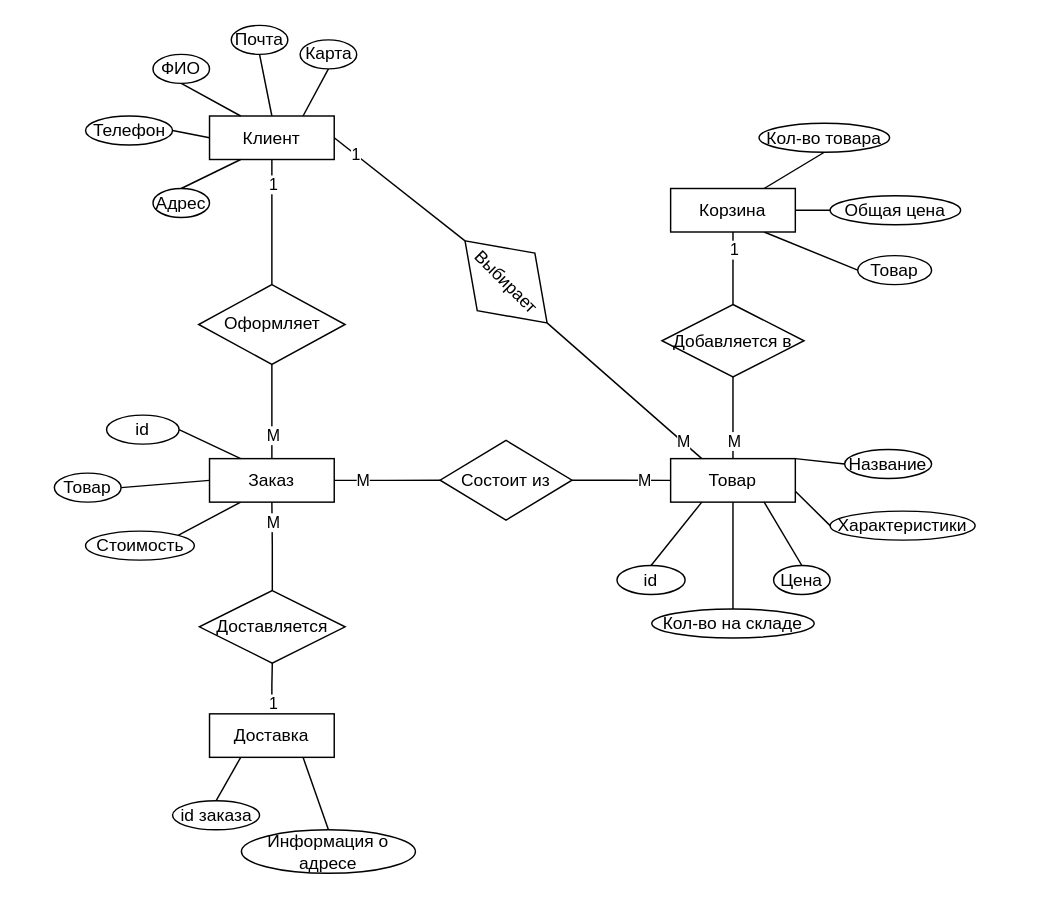
This is page "Концептуальная модель" (7 of 8) of Все диаграммы.drawio from AnnaOtchina/AnnaKyrsach, a draw.io file, before an edit. Source tidied: cells renumbered, new cells numbered last; positions are measured from the earlier drawing's top-left corner, leaving out a move shared by most shapes. Both pictures are drawn from the tidied source at 145%, with x=0, y=0 at pixel (54, 25).
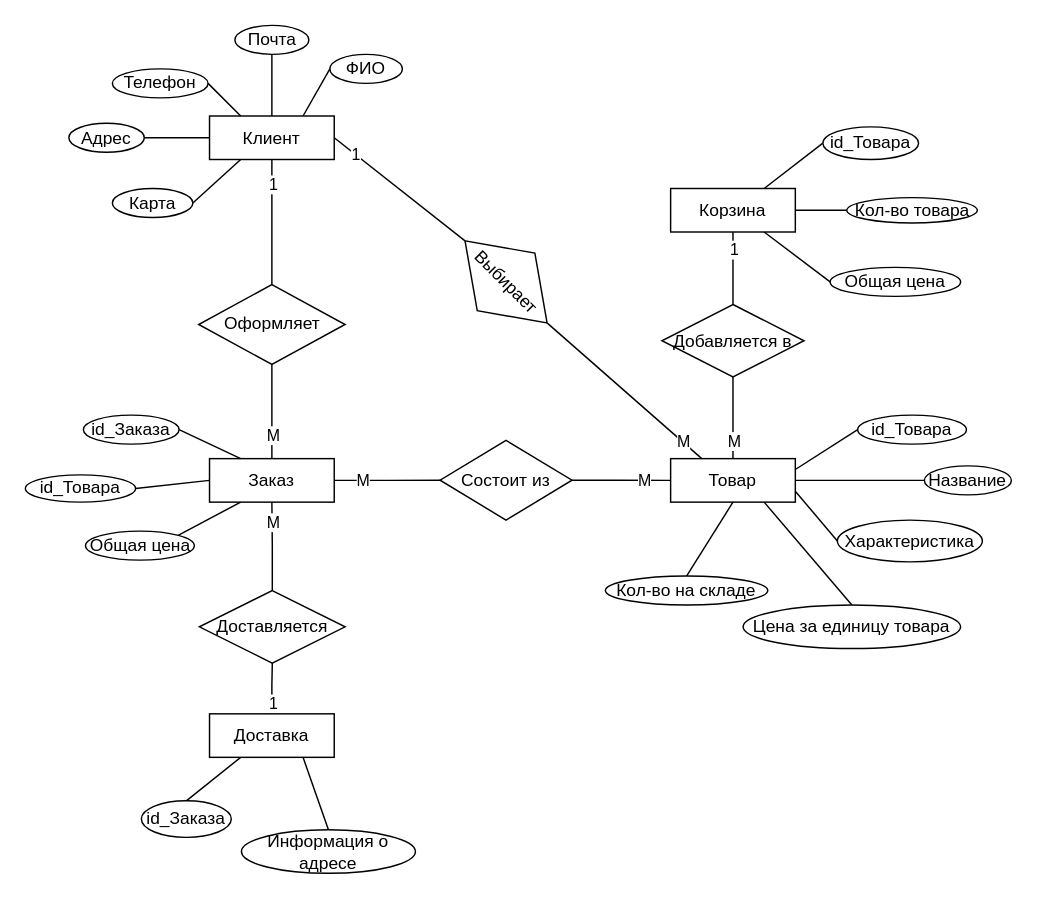
The same page after the edit.

The change refers to these unchanged cells:
```xml
<mxCell id="6" value="Клиент" style="rounded=0;whiteSpace=wrap;html=1;" parent="1" vertex="1">
  <mxGeometry x="107" y="62.5" width="86" height="30" as="geometry" />
</mxCell>
<mxCell id="17" value="Корзина" style="rounded=0;whiteSpace=wrap;html=1;" parent="1" vertex="1">
  <mxGeometry x="425" y="112.5" width="86" height="30" as="geometry" />
</mxCell>
<mxCell id="26" value="Товар" style="rounded=0;whiteSpace=wrap;html=1;" parent="1" vertex="1">
  <mxGeometry x="425" y="298.8" width="86" height="30" as="geometry" />
</mxCell>
```

The edit, as a diff of the source:
```diff
@@
-    <mxCell id="14" style="rounded=0;jettySize=auto;html=1;exitX=0.75;exitY=1;exitDx=0;exitDy=0;entryX=0;entryY=0.5;entryDx=0;entryDy=0;endArrow=none;endFill=0;" parent="1" edge="1" source="17" target="60">
+    <mxCell id="14" style="rounded=0;jettySize=auto;html=1;exitX=0.75;exitY=0;exitDx=0;exitDy=0;entryX=0;entryY=0.5;entryDx=0;entryDy=0;endArrow=none;endFill=0;" parent="1" edge="1" source="17" target="60">
       <mxGeometry relative="1" as="geometry" />
     </mxCell>
+    <mxCell id="16" style="rounded=0;jettySize=auto;html=1;exitX=1;exitY=0.5;exitDx=0;exitDy=0;entryX=0;entryY=0.5;entryDx=0;entryDy=0;endArrow=none;endFill=0;" parent="1" edge="1" source="17" target="62">
+      <mxGeometry relative="1" as="geometry" />
+    </mxCell>
-    <mxCell id="15" style="rounded=0;jettySize=auto;html=1;exitX=1;exitY=0.5;exitDx=0;exitDy=0;entryX=0;entryY=0.5;entryDx=0;entryDy=0;endArrow=none;endFill=0;" parent="1" edge="1" source="17" target="61">
+    <mxCell id="15" style="rounded=0;jettySize=auto;html=1;exitX=0.75;exitY=1;exitDx=0;exitDy=0;entryX=0;entryY=0.5;entryDx=0;entryDy=0;endArrow=none;endFill=0;" parent="1" edge="1" source="17" target="61">
       <mxGeometry relative="1" as="geometry" />
     </mxCell>
-    <mxCell id="16" style="rounded=0;jettySize=auto;html=1;exitX=0.75;exitY=0;exitDx=0;exitDy=0;entryX=0.5;entryY=1;entryDx=0;entryDy=0;endArrow=none;endFill=0;" parent="1" edge="1" source="17" target="62">
-      <mxGeometry relative="1" as="geometry" />
-    </mxCell>
@@
-    <mxCell id="23" style="edgeStyle=orthogonalEdgeStyle;rounded=0;jettySize=auto;html=1;exitX=0.5;exitY=1;exitDx=0;exitDy=0;entryX=0.5;entryY=0;entryDx=0;entryDy=0;endArrow=none;endFill=0;" parent="1" edge="1" source="26" target="57">
-      <mxGeometry relative="1" as="geometry" />
-    </mxCell>
-    <mxCell id="24" style="rounded=0;jettySize=auto;html=1;exitX=1;exitY=0.75;exitDx=0;exitDy=0;entryX=0;entryY=0.5;entryDx=0;entryDy=0;endArrow=none;endFill=0;" parent="1" edge="1" source="26" target="56">
-      <mxGeometry relative="1" as="geometry" />
-    </mxCell>
-    <mxCell id="25" style="rounded=0;jettySize=auto;html=1;exitX=1;exitY=0;exitDx=0;exitDy=0;entryX=0;entryY=0.5;entryDx=0;entryDy=0;endArrow=none;endFill=0;" parent="1" edge="1" source="26" target="53">
-      <mxGeometry relative="1" as="geometry" />
-    </mxCell>
@@
-    <mxCell id="39" style="rounded=0;jettySize=auto;html=1;exitX=0.5;exitY=1;exitDx=0;exitDy=0;entryX=0.25;entryY=0;entryDx=0;entryDy=0;endArrow=none;endFill=0;" parent="1" edge="1" source="40" target="6">
+    <mxCell id="39" style="rounded=0;jettySize=auto;html=1;exitX=0;exitY=0.5;exitDx=0;exitDy=0;entryX=0.75;entryY=0;entryDx=0;entryDy=0;endArrow=none;endFill=0;" parent="1" edge="1" source="40" target="6">
       <mxGeometry relative="1" as="geometry" />
     </mxCell>
     <mxCell id="40" value="ФИО" style="ellipse;whiteSpace=wrap;html=1;" parent="1" vertex="1">
-      <mxGeometry x="68" y="20" width="39" height="20" as="geometry" />
+      <mxGeometry x="190" y="20" width="50" height="20" as="geometry" />
     </mxCell>
+    <mxCell id="42" style="rounded=0;jettySize=auto;html=1;exitX=1;exitY=0.5;exitDx=0;exitDy=0;entryX=0.25;entryY=0;entryDx=0;entryDy=0;endArrow=none;endFill=0;" parent="1" edge="1" source="41" target="6">
+      <mxGeometry relative="1" as="geometry" />
+    </mxCell>
     <mxCell id="41" value="Телефон" style="ellipse;whiteSpace=wrap;html=1;" parent="1" vertex="1">
-      <mxGeometry x="21.5" y="62.5" width="60" height="20" as="geometry" />
+      <mxGeometry x="40" y="30" width="66" height="20" as="geometry" />
     </mxCell>
-    <mxCell id="42" style="rounded=0;jettySize=auto;html=1;exitX=1;exitY=0.5;exitDx=0;exitDy=0;entryX=0;entryY=0.5;entryDx=0;entryDy=0;endArrow=none;endFill=0;" parent="1" edge="1" source="41" target="6">
-      <mxGeometry relative="1" as="geometry" />
-    </mxCell>
@@
     <mxCell id="44" value="Почта" style="ellipse;whiteSpace=wrap;html=1;" parent="1" vertex="1">
-      <mxGeometry x="122" width="39" height="20" as="geometry" />
+      <mxGeometry x="124.5" width="51" height="20" as="geometry" />
     </mxCell>
-    <mxCell id="45" style="rounded=0;jettySize=auto;html=1;exitX=0.5;exitY=0;exitDx=0;exitDy=0;entryX=0.25;entryY=1;entryDx=0;entryDy=0;endArrow=none;endFill=0;" parent="1" edge="1" source="46" target="6">
+    <mxCell id="45" style="rounded=0;jettySize=auto;html=1;exitX=1;exitY=0.5;exitDx=0;exitDy=0;entryX=0;entryY=0.5;entryDx=0;entryDy=0;endArrow=none;endFill=0;" parent="1" edge="1" source="46" target="6">
       <mxGeometry relative="1" as="geometry" />
     </mxCell>
     <mxCell id="46" value="Адрес" style="ellipse;whiteSpace=wrap;html=1;" parent="1" vertex="1">
-      <mxGeometry x="68" y="112.5" width="39" height="20" as="geometry" />
+      <mxGeometry x="10" y="67.5" width="52" height="20" as="geometry" />
     </mxCell>
-    <mxCell id="47" style="rounded=0;jettySize=auto;html=1;exitX=0.5;exitY=1;exitDx=0;exitDy=0;entryX=0.75;entryY=0;entryDx=0;entryDy=0;endArrow=none;endFill=0;" parent="1" edge="1" source="48" target="6">
+    <mxCell id="47" style="rounded=0;jettySize=auto;html=1;exitX=1;exitY=0.5;exitDx=0;exitDy=0;entryX=0.25;entryY=1;entryDx=0;entryDy=0;endArrow=none;endFill=0;" parent="1" edge="1" source="48" target="6">
       <mxGeometry relative="1" as="geometry" />
     </mxCell>
     <mxCell id="48" value="Карта" style="ellipse;whiteSpace=wrap;html=1;" parent="1" vertex="1">
-      <mxGeometry x="169.5" y="10" width="39" height="20" as="geometry" />
+      <mxGeometry x="40" y="112.5" width="55.5" height="20" as="geometry" />
     </mxCell>
@@
-    <mxCell id="50" value="id" style="ellipse;whiteSpace=wrap;html=1;" parent="1" vertex="1">
-      <mxGeometry x="36" y="268.8" width="50" height="20" as="geometry" />
+    <mxCell id="50" value="id_Заказа" style="ellipse;whiteSpace=wrap;html=1;" parent="1" vertex="1">
+      <mxGeometry x="20" y="268.8" width="66" height="20" as="geometry" />
     </mxCell>
-    <mxCell id="51" style="rounded=0;jettySize=auto;html=1;exitX=0.5;exitY=0;exitDx=0;exitDy=0;entryX=0.25;entryY=1;entryDx=0;entryDy=0;endArrow=none;endFill=0;" parent="1" edge="1" source="52" target="26">
+    <mxCell id="51" style="rounded=0;jettySize=auto;html=1;exitX=0;exitY=0.5;exitDx=0;exitDy=0;entryX=1;entryY=0.25;entryDx=0;entryDy=0;endArrow=none;endFill=0;" parent="1" edge="1" source="52" target="26">
       <mxGeometry relative="1" as="geometry" />
     </mxCell>
-    <mxCell id="52" value="id" style="ellipse;whiteSpace=wrap;html=1;" parent="1" vertex="1">
-      <mxGeometry x="388" y="372.5" width="47" height="20" as="geometry" />
+    <mxCell id="52" value="id_Товара" style="ellipse;whiteSpace=wrap;html=1;" parent="1" vertex="1">
+      <mxGeometry x="554" y="268.8" width="75" height="20" as="geometry" />
     </mxCell>
+    <mxCell id="68" style="rounded=0;jettySize=auto;html=1;exitX=0;exitY=0.5;exitDx=0;exitDy=0;entryX=1;entryY=0.5;entryDx=0;entryDy=0;endArrow=none;endFill=0;" parent="1" edge="1" source="53" target="26">
+      <mxGeometry relative="1" as="geometry" />
+    </mxCell>
     <mxCell id="53" value="Название" style="ellipse;whiteSpace=wrap;html=1;" parent="1" vertex="1">
-      <mxGeometry x="545" y="292.5" width="60" height="20" as="geometry" />
+      <mxGeometry x="600" y="303.8" width="60" height="20" as="geometry" />
     </mxCell>
@@
-    <mxCell id="55" value="Цена" style="ellipse;whiteSpace=wrap;html=1;" parent="1" vertex="1">
-      <mxGeometry x="496" y="372.5" width="39" height="20" as="geometry" />
+    <mxCell id="55" value="Цена за единицу товара" style="ellipse;whiteSpace=wrap;html=1;" parent="1" vertex="1">
+      <mxGeometry x="475" y="399.8" width="150" height="30" as="geometry" />
     </mxCell>
+    <mxCell id="69" style="rounded=0;jettySize=auto;html=1;exitX=0;exitY=0.5;exitDx=0;exitDy=0;entryX=1;entryY=0.75;entryDx=0;entryDy=0;endArrow=none;endFill=0;" parent="1" edge="1" source="56" target="26">
+      <mxGeometry relative="1" as="geometry" />
+    </mxCell>
-    <mxCell id="56" value="Характеристики" style="ellipse;whiteSpace=wrap;html=1;" parent="1" vertex="1">
-      <mxGeometry x="535" y="335" width="100" height="20" as="geometry" />
+    <mxCell id="56" value="Характеристика" style="ellipse;whiteSpace=wrap;html=1;" parent="1" vertex="1">
+      <mxGeometry x="540" y="341.2" width="100" height="28.8" as="geometry" />
     </mxCell>
+    <mxCell id="70" style="rounded=0;jettySize=auto;html=1;exitX=0.5;exitY=0;exitDx=0;exitDy=0;entryX=0.5;entryY=1;entryDx=0;entryDy=0;endArrow=none;endFill=0;" parent="1" edge="1" source="57" target="26">
+      <mxGeometry relative="1" as="geometry" />
+    </mxCell>
     <mxCell id="57" value="Кол-во на складе" style="ellipse;whiteSpace=wrap;html=1;" parent="1" vertex="1">
-      <mxGeometry x="412" y="402.5" width="112" height="20" as="geometry" />
+      <mxGeometry x="380" y="379.8" width="112" height="20" as="geometry" />
     </mxCell>
-    <mxCell id="58" value="id заказа" style="ellipse;whiteSpace=wrap;html=1;" parent="1" vertex="1">
-      <mxGeometry x="81.5" y="534.8" width="60" height="20" as="geometry" />
+    <mxCell id="58" value="id_Заказа" style="ellipse;whiteSpace=wrap;html=1;" parent="1" vertex="1">
+      <mxGeometry x="60" y="534.8" width="62" height="25.2" as="geometry" />
     </mxCell>
@@
-    <mxCell id="60" value="Товар" style="ellipse;whiteSpace=wrap;html=1;" parent="1" vertex="1">
-      <mxGeometry x="554" y="158.8" width="51" height="20" as="geometry" />
+    <mxCell id="60" value="id_Товара" style="ellipse;whiteSpace=wrap;html=1;" parent="1" vertex="1">
+      <mxGeometry x="530" y="70" width="66" height="22.5" as="geometry" />
     </mxCell>
     <mxCell id="61" value="Общая цена" style="ellipse;whiteSpace=wrap;html=1;" parent="1" vertex="1">
-      <mxGeometry x="535" y="117.5" width="90" height="20" as="geometry" />
+      <mxGeometry x="535" y="166.9" width="90" height="20" as="geometry" />
     </mxCell>
     <mxCell id="62" value="Кол-во товара" style="ellipse;whiteSpace=wrap;html=1;" parent="1" vertex="1">
-      <mxGeometry x="486" y="67.5" width="90" height="20" as="geometry" />
+      <mxGeometry x="546.5" y="118.8" width="90" height="17.5" as="geometry" />
     </mxCell>
-    <mxCell id="63" value="Товар" style="ellipse;whiteSpace=wrap;html=1;" parent="1" vertex="1">
-      <mxGeometry y="308.8" width="46" height="20" as="geometry" />
+    <mxCell id="63" value="id_Товара" style="ellipse;whiteSpace=wrap;html=1;" parent="1" vertex="1">
+      <mxGeometry x="-20" y="310" width="76" height="18.8" as="geometry" />
     </mxCell>
-    <mxCell id="64" value="Стоимость" style="ellipse;whiteSpace=wrap;html=1;" parent="1" vertex="1">
+    <mxCell id="64" value="Общая цена" style="ellipse;whiteSpace=wrap;html=1;" parent="1" vertex="1">
       <mxGeometry x="21.5" y="348.8" width="75" height="20" as="geometry" />
     </mxCell>
```
